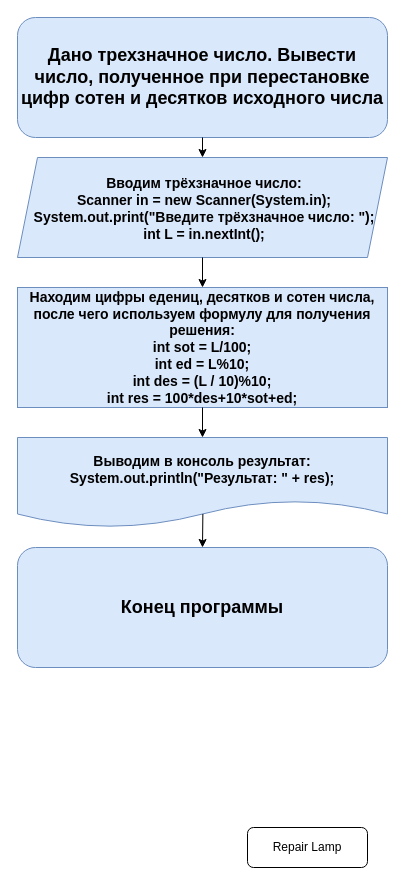
This is Untitled Diagram.drawio from donz99/HomeWork2Krasko, a draw.io file, before an edit. Source tidied: cells renumbered, new cells numbered last; positions are measured from the earlier drawing's top-left corner, leaving out a move shared by most shapes. Both pictures are drawn from the tidied source at 100%, with x=0, y=0 at pixel (17, 17).
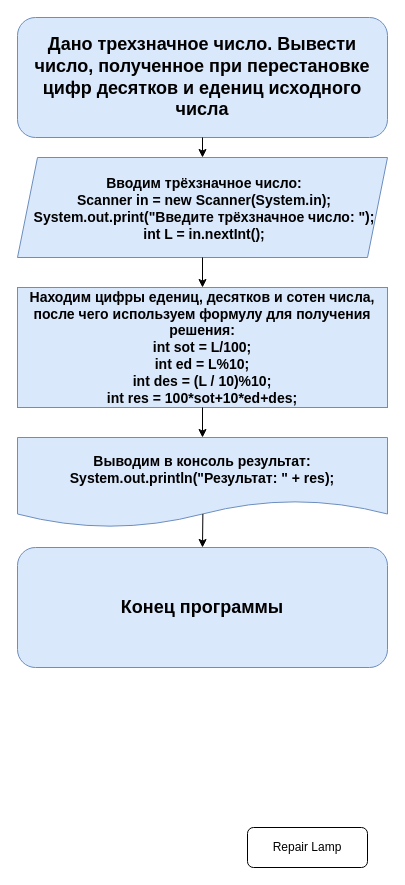
The same diagram, later.

The edit, as a diff of the source:
```diff
@@
 <mxGraphModel>
   <root>
     <mxCell id="0" />
     <mxCell id="1" parent="0" />
-    <mxCell id="2" value="&lt;font style=&quot;font-size: 18px;&quot;&gt;Дано трехзначное число. Вывести число, полученное при перестановке цифр сотен и десятков исходного числа&lt;/font&gt;" style="rounded=1;whiteSpace=wrap;html=1;fontSize=18;glass=0;strokeWidth=1;shadow=0;fontStyle=1;fillColor=#dae8fc;strokeColor=#6c8ebf;" parent="1" vertex="1">
+    <mxCell id="2" value="&lt;font style=&quot;font-size: 18px;&quot;&gt;Дано трехзначное число. Вывести число, полученное при перестановке цифр десятков и едениц исходного числа&lt;/font&gt;" style="rounded=1;whiteSpace=wrap;html=1;fontSize=18;glass=0;strokeWidth=1;shadow=0;fontStyle=1;fillColor=#dae8fc;strokeColor=#6c8ebf;" parent="1" vertex="1">
       <mxGeometry width="370" height="120" as="geometry" />
     </mxCell>
     <mxCell id="3" value="Repair Lamp" style="rounded=1;whiteSpace=wrap;html=1;fontSize=12;glass=0;strokeWidth=1;shadow=0;" parent="1" vertex="1">
       <mxGeometry x="230" y="810" width="120" height="40" as="geometry" />
     </mxCell>
     <mxCell id="4" value="Вводим трёхзначное число:&#10;Scanner in = new Scanner(System.in);&#10;System.out.print(&quot;Введите трёхзначное число: &quot;);&#10;int L = in.nextInt();" style="shape=parallelogram;perimeter=parallelogramPerimeter;fixedSize=1;fillColor=#dae8fc;strokeColor=#6c8ebf;fontStyle=1;fontSize=14;fontFamily=Helvetica;horizontal=1;align=center;verticalAlign=middle;textDirection=ltr;fontColor=default;labelBackgroundColor=none;labelBorderColor=none;spacingTop=1;spacingLeft=4;" parent="1" vertex="1">
       <mxGeometry y="140" width="370" height="100" as="geometry" />
     </mxCell>
     <mxCell id="5" style="endArrow=classic;html=1;rounded=0;fontFamily=Helvetica;fontSize=9;fontColor=default;exitX=0.5;exitY=1;exitDx=0;exitDy=0;entryX=0.5;entryY=0;entryDx=0;entryDy=0;" parent="1" edge="1" source="2" target="4">
       <mxGeometry relative="1" as="geometry" />
     </mxCell>
-    <mxCell id="6" value="&lt;font color=&quot;#000000&quot;&gt;Находим цифры едениц, десятков и сотен числа, после чего используем формулу для получения решения:&lt;br&gt;int sot = L/100;&lt;br&gt;int ed = L%10;&lt;br&gt;int des = (L / 10)%10;&lt;br&gt;int res = 100*des+10*sot+ed;&lt;br&gt;&lt;/font&gt;" style="rounded=0;whiteSpace=wrap;html=1;labelBackgroundColor=none;labelBorderColor=none;fontFamily=Helvetica;fontSize=14;fillColor=#dae8fc;strokeColor=#6c8ebf;fontStyle=1;" parent="1" vertex="1">
+    <mxCell id="6" value="&lt;font color=&quot;#000000&quot;&gt;Находим цифры едениц, десятков и сотен числа, после чего используем формулу для получения решения:&lt;br&gt;int sot = L/100;&lt;br&gt;int ed = L%10;&lt;br&gt;int des = (L / 10)%10;&lt;br&gt;int res = 100*sot+10*ed+des;&lt;br&gt;&lt;/font&gt;" style="rounded=0;whiteSpace=wrap;html=1;labelBackgroundColor=none;labelBorderColor=none;fontFamily=Helvetica;fontSize=14;fillColor=#dae8fc;strokeColor=#6c8ebf;fontStyle=1;" parent="1" vertex="1">
       <mxGeometry y="270" width="370" height="120" as="geometry" />
     </mxCell>
     <mxCell id="7" style="endArrow=classic;html=1;rounded=0;fontFamily=Helvetica;fontSize=14;fontColor=#000000;exitX=0.5;exitY=1;exitDx=0;exitDy=0;entryX=0.5;entryY=0;entryDx=0;entryDy=0;" parent="1" edge="1" source="4" target="6">
       <mxGeometry relative="1" as="geometry" />
     </mxCell>
     <mxCell id="8" value="Выводим в консоль результат:&lt;br&gt;System.out.println(&quot;Результат: &quot; + res);" style="shape=document;whiteSpace=wrap;html=1;boundedLbl=1;labelBackgroundColor=none;labelBorderColor=none;fontFamily=Helvetica;fontSize=14;fillColor=#dae8fc;strokeColor=#6c8ebf;fontStyle=1;" parent="1" vertex="1">
       <mxGeometry y="420" width="370" height="90" as="geometry" />
     </mxCell>
     <mxCell id="9" style="endArrow=classic;html=1;rounded=0;fontFamily=Helvetica;fontSize=14;fontColor=#000000;exitX=0.5;exitY=1;exitDx=0;exitDy=0;entryX=0.5;entryY=0;entryDx=0;entryDy=0;" parent="1" edge="1" source="6" target="8">
       <mxGeometry relative="1" as="geometry" />
     </mxCell>
     <mxCell id="10" value="Конец программы" style="rounded=1;whiteSpace=wrap;html=1;fontSize=18;glass=0;strokeWidth=1;shadow=0;fontStyle=1;fillColor=#dae8fc;strokeColor=#6c8ebf;" parent="1" vertex="1">
       <mxGeometry y="530" width="370" height="120" as="geometry" />
     </mxCell>
     <mxCell id="11" style="endArrow=classic;html=1;rounded=0;fontFamily=Helvetica;fontSize=18;fontColor=#000000;entryX=0.5;entryY=0;entryDx=0;entryDy=0;exitX=0.501;exitY=0.849;exitDx=0;exitDy=0;exitPerimeter=0;" parent="1" edge="1" source="8" target="10">
       <mxGeometry relative="1" as="geometry" />
     </mxCell>
   </root>
 </mxGraphModel>
```
